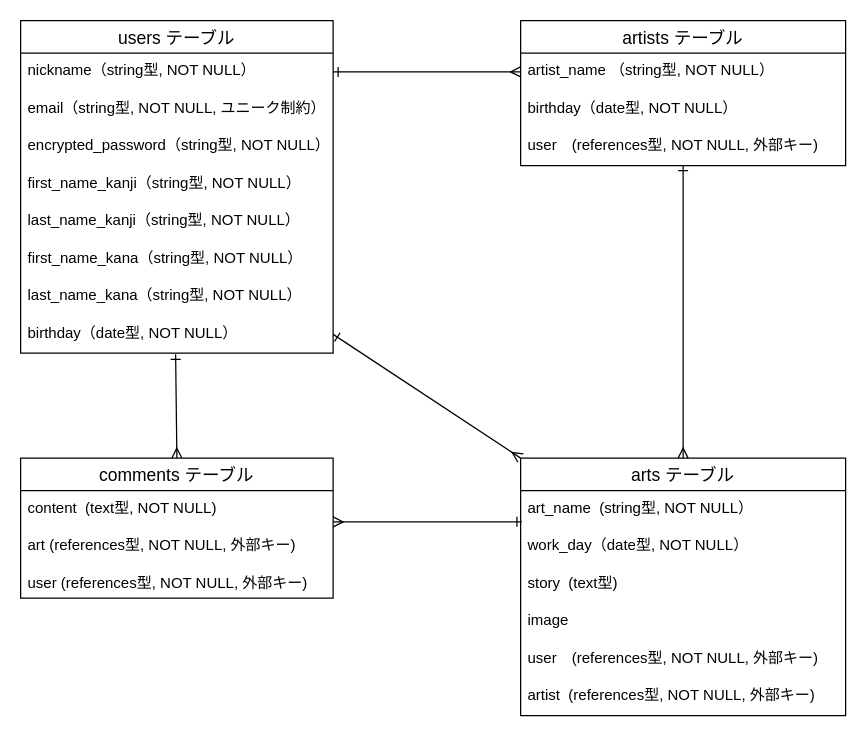
This is test.dio from Tanaka925/original_app, a draw.io file, before an edit. Source tidied: cells renumbered, new cells numbered last; positions are measured from the earlier drawing's top-left corner, leaving out a move shared by most shapes. Both pictures are drawn from the tidied source at 125%, with x=0, y=0 at pixel (20, 20).
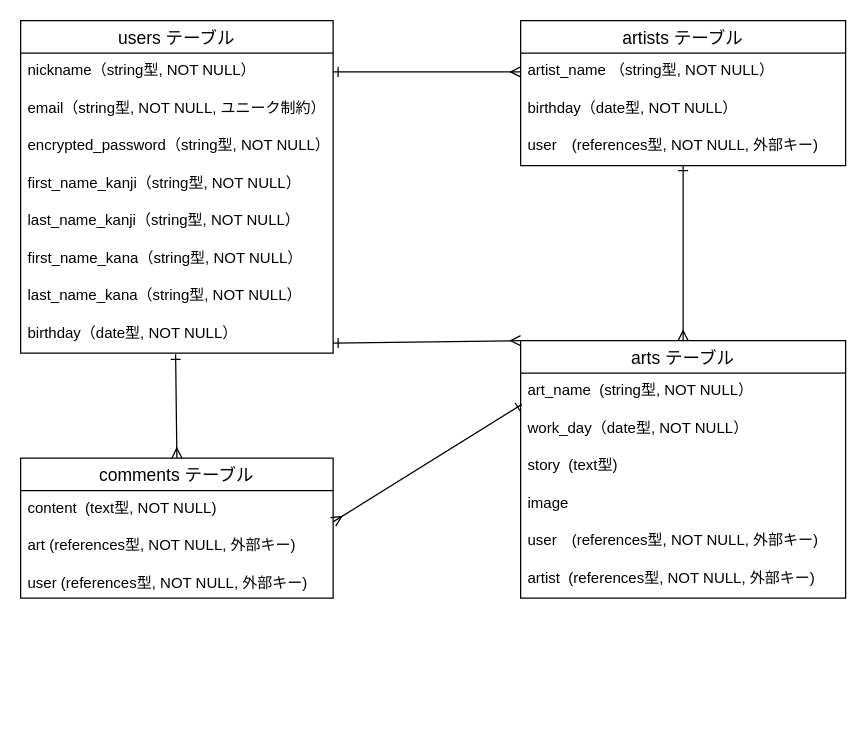
The same page after the edit.

Commit message (it also covers changes not shown here):
RREADMEに画像挿入

The change refers to these unchanged cells:
```xml
<mxCell id="10" value="birthday（date型, NOT NULL）" style="text;strokeColor=none;fillColor=none;spacingLeft=4;spacingRight=4;overflow=hidden;points=[[0,0.5],[1,0.5]];portConstraint=eastwest;fontSize=12;" parent="2" vertex="1">
  <mxGeometry y="236" width="250" height="30" as="geometry" />
</mxCell>
```

Diff of the diagram source:
```diff
@@
     <mxCell id="16" value="arts テーブル" style="swimlane;fontStyle=0;horizontal=1;startSize=26;align=center;fontSize=14;" parent="1" vertex="1">
-      <mxGeometry x="400" y="350" width="260" height="206" as="geometry" />
+      <mxGeometry x="400" y="256" width="260" height="206" as="geometry" />
     </mxCell>
@@
-    <mxCell id="29" style="edgeStyle=none;html=1;startArrow=ERone;startFill=0;endArrow=ERmany;endFill=0;entryX=0;entryY=0;entryDx=0;entryDy=0;exitX=1;exitY=0.5;exitDx=0;exitDy=0;" parent="1" edge="1" source="10" target="16">
+    <mxCell id="29" style="edgeStyle=none;html=1;startArrow=ERone;startFill=0;endArrow=ERmany;endFill=0;entryX=0;entryY=0;entryDx=0;entryDy=0;exitX=1;exitY=0.733;exitDx=0;exitDy=0;exitPerimeter=0;" parent="1" edge="1" source="10" target="16">
       <mxGeometry relative="1" as="geometry" />
     </mxCell>
```
